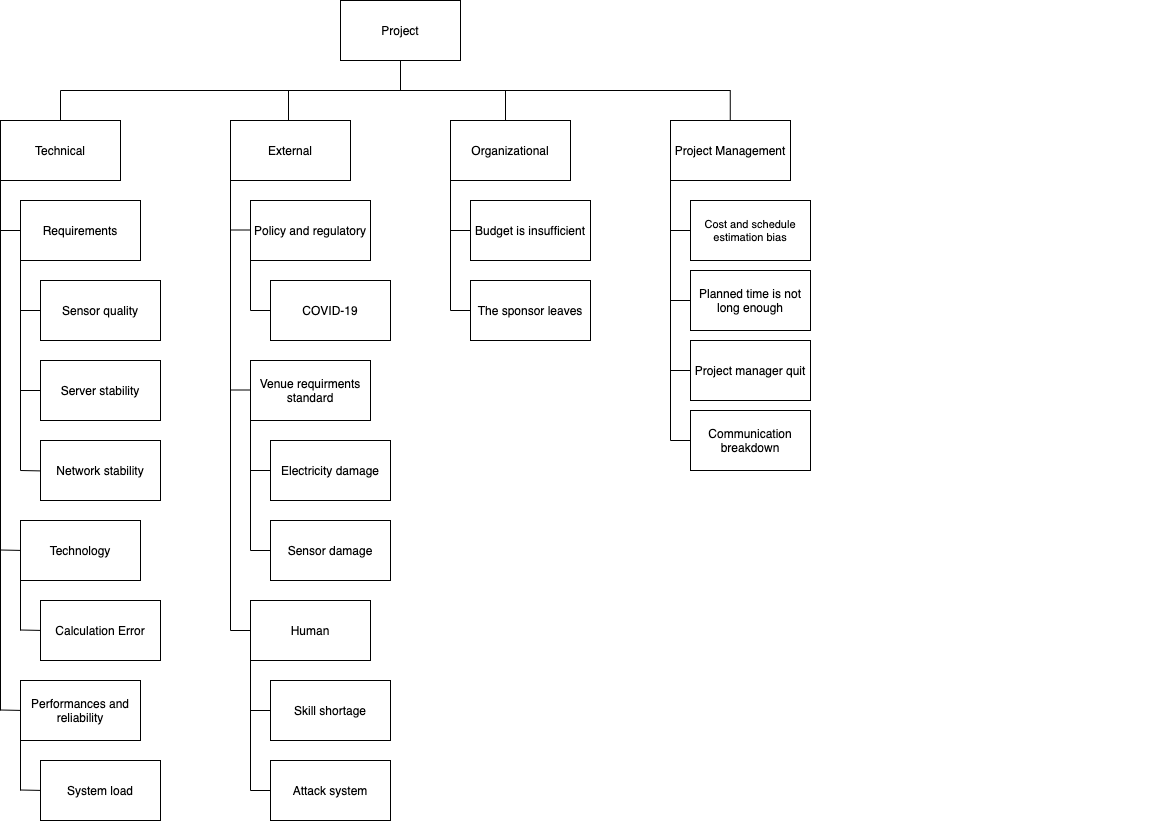
This is RBS.png from JYRoy/comp9820, a draw.io export, as it was before one commit. Source tidied: cells renumbered, new cells last; positions are measured from the earlier drawing's top-left corner, leaving out a move shared by most shapes.
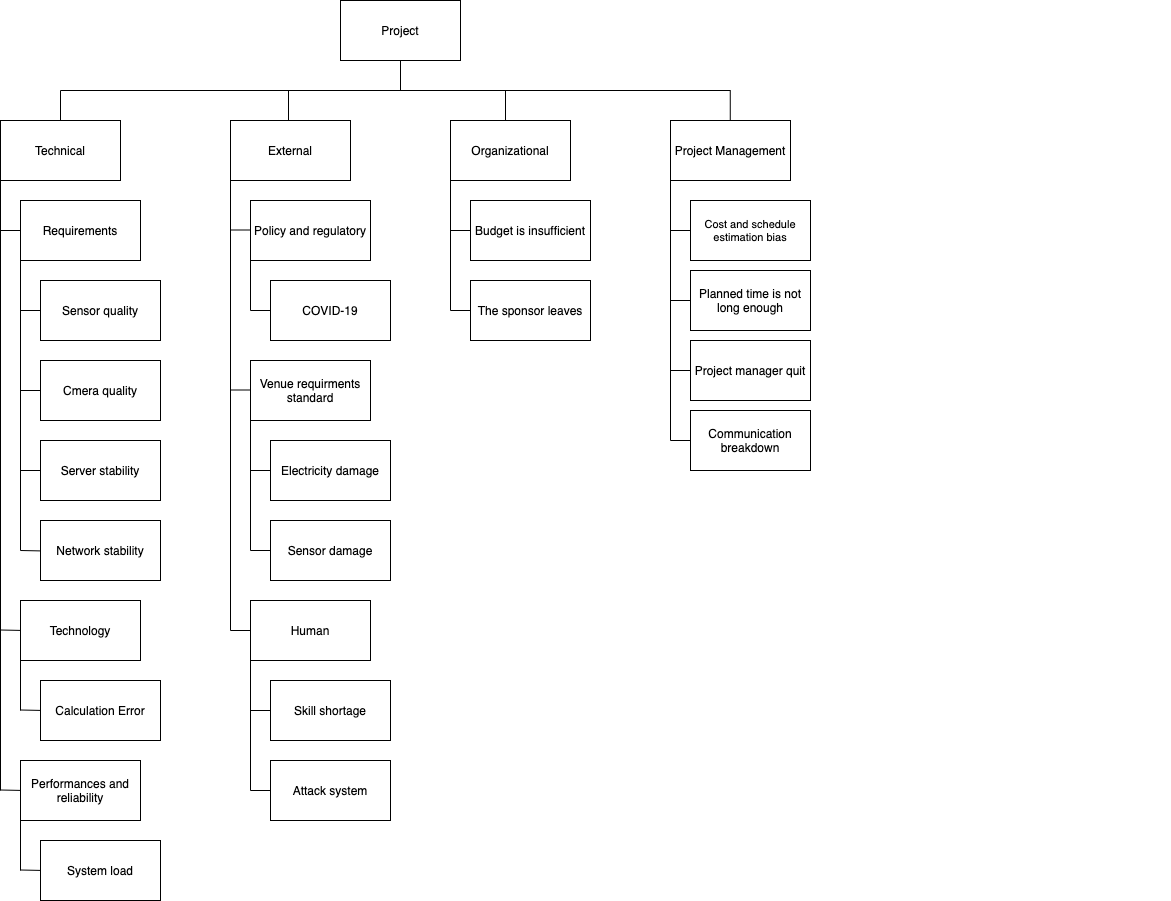
The same file after the commit.

Diff of the diagram source:
```diff
@@ -24,10 +24,10 @@
       <mxGeometry x="40" y="280" width="120" height="60" as="geometry" />
     </mxCell>
     <mxCell id="9" value="Network stability" style="rounded=0;whiteSpace=wrap;html=1;" parent="1" vertex="1">
-      <mxGeometry x="40" y="440" width="120" height="60" as="geometry" />
+      <mxGeometry x="40" y="520" width="120" height="60" as="geometry" />
     </mxCell>
     <mxCell id="10" value="Calculation Error" style="rounded=0;whiteSpace=wrap;html=1;" parent="1" vertex="1">
-      <mxGeometry x="40" y="600" width="120" height="60" as="geometry" />
+      <mxGeometry x="40" y="680" width="120" height="60" as="geometry" />
     </mxCell>
     <mxCell id="11" value="Human" style="rounded=0;whiteSpace=wrap;html=1;" parent="1" vertex="1">
       <mxGeometry x="250" y="600" width="120" height="60" as="geometry" />
@@ -44,7 +44,7 @@
     <mxCell id="15" value="The sponsor leaves" style="rounded=0;whiteSpace=wrap;html=1;" parent="1" vertex="1">
       <mxGeometry x="470" y="280" width="120" height="60" as="geometry" />
     </mxCell>
-    <mxCell id="16" value="Server stability" style="rounded=0;whiteSpace=wrap;html=1;" parent="1" vertex="1">
+    <mxCell id="16" value="&lt;span&gt;Cmera quality&lt;/span&gt;" style="rounded=0;whiteSpace=wrap;html=1;" parent="1" vertex="1">
       <mxGeometry x="40" y="360" width="120" height="60" as="geometry" />
     </mxCell>
     <mxCell id="17" value="Planned time is not long enough" style="rounded=0;whiteSpace=wrap;html=1;" parent="1" vertex="1">
@@ -54,7 +54,7 @@
       <mxGeometry x="690" y="340" width="120" height="60" as="geometry" />
     </mxCell>
     <mxCell id="19" value="Performances and reliability" style="rounded=0;whiteSpace=wrap;html=1;" parent="1" vertex="1">
-      <mxGeometry x="20" y="680" width="120" height="60" as="geometry" />
+      <mxGeometry x="20" y="760" width="120" height="60" as="geometry" />
     </mxCell>
     <mxCell id="20" value="Communication breakdown" style="rounded=0;whiteSpace=wrap;html=1;" parent="1" vertex="1">
       <mxGeometry x="690" y="410" width="120" height="60" as="geometry" />
@@ -67,7 +67,7 @@
     </mxCell>
     <mxCell id="23" style="endArrow=none;html=1;strokeColor=#000000;entryX=0;entryY=1;entryDx=0;entryDy=0;" parent="1" edge="1" target="3">
       <mxGeometry relative="1" as="geometry">
-        <mxPoint y="710" as="sourcePoint" />
+        <mxPoint y="790" as="sourcePoint" />
       </mxGeometry>
     </mxCell>
     <mxCell id="24" style="endArrow=none;html=1;strokeColor=#000000;" parent="1" edge="1">
@@ -102,20 +102,20 @@
     </mxCell>
     <mxCell id="29" style="endArrow=none;html=1;strokeColor=#000000;" parent="1" edge="1">
       <mxGeometry relative="1" as="geometry">
-        <mxPoint x="20" y="470" as="sourcePoint" />
-        <mxPoint x="40" y="470.4" as="targetPoint" />
+        <mxPoint x="20" y="550" as="sourcePoint" />
+        <mxPoint x="40" y="550.4" as="targetPoint" />
       </mxGeometry>
     </mxCell>
     <mxCell id="30" style="endArrow=none;html=1;strokeColor=#000000;" parent="1" edge="1">
       <mxGeometry relative="1" as="geometry">
-        <mxPoint x="20" y="629.5" as="sourcePoint" />
-        <mxPoint x="40" y="629.9" as="targetPoint" />
+        <mxPoint x="20" y="709.5" as="sourcePoint" />
+        <mxPoint x="40" y="709.9" as="targetPoint" />
       </mxGeometry>
     </mxCell>
     <mxCell id="31" style="endArrow=none;html=1;strokeColor=#000000;" parent="1" edge="1">
       <mxGeometry relative="1" as="geometry">
-        <mxPoint y="709.5" as="sourcePoint" />
-        <mxPoint x="20" y="709.9" as="targetPoint" />
+        <mxPoint y="789.5" as="sourcePoint" />
+        <mxPoint x="20" y="789.9" as="targetPoint" />
       </mxGeometry>
     </mxCell>
     <mxCell id="32" style="endArrow=none;html=1;strokeColor=#000000;" parent="1" edge="1">
@@ -218,7 +218,7 @@
     </mxCell>
     <mxCell id="49" style="endArrow=none;html=1;" parent="1" edge="1">
       <mxGeometry relative="1" as="geometry">
-        <mxPoint x="20" y="470" as="sourcePoint" />
+        <mxPoint x="20" y="550" as="sourcePoint" />
         <mxPoint x="20" y="260" as="targetPoint" />
       </mxGeometry>
     </mxCell>
@@ -229,33 +229,33 @@
       </mxGeometry>
     </mxCell>
     <mxCell id="51" value="Technology" style="rounded=0;whiteSpace=wrap;html=1;" parent="1" vertex="1">
-      <mxGeometry x="20" y="520" width="120" height="60" as="geometry" />
+      <mxGeometry x="20" y="600" width="120" height="60" as="geometry" />
     </mxCell>
     <mxCell id="52" style="endArrow=none;html=1;strokeColor=#000000;" parent="1" edge="1">
       <mxGeometry relative="1" as="geometry">
-        <mxPoint y="549.5" as="sourcePoint" />
-        <mxPoint x="20" y="549.9" as="targetPoint" />
+        <mxPoint y="629.5" as="sourcePoint" />
+        <mxPoint x="20" y="629.9" as="targetPoint" />
       </mxGeometry>
     </mxCell>
     <mxCell id="53" style="endArrow=none;html=1;" parent="1" edge="1">
       <mxGeometry relative="1" as="geometry">
-        <mxPoint x="20" y="630" as="sourcePoint" />
-        <mxPoint x="20" y="580" as="targetPoint" />
+        <mxPoint x="20" y="710" as="sourcePoint" />
+        <mxPoint x="20" y="660" as="targetPoint" />
       </mxGeometry>
     </mxCell>
     <mxCell id="54" value="System load" style="rounded=0;whiteSpace=wrap;html=1;" parent="1" vertex="1">
-      <mxGeometry x="40" y="760" width="120" height="60" as="geometry" />
+      <mxGeometry x="40" y="840" width="120" height="60" as="geometry" />
     </mxCell>
     <mxCell id="55" style="endArrow=none;html=1;" parent="1" edge="1">
       <mxGeometry relative="1" as="geometry">
-        <mxPoint x="20" y="790" as="sourcePoint" />
-        <mxPoint x="20" y="740" as="targetPoint" />
+        <mxPoint x="20" y="870" as="sourcePoint" />
+        <mxPoint x="20" y="820" as="targetPoint" />
       </mxGeometry>
     </mxCell>
     <mxCell id="56" style="endArrow=none;html=1;strokeColor=#000000;" parent="1" edge="1">
       <mxGeometry relative="1" as="geometry">
-        <mxPoint x="20" y="789.5" as="sourcePoint" />
-        <mxPoint x="40" y="789.9" as="targetPoint" />
+        <mxPoint x="20" y="869.5" as="sourcePoint" />
+        <mxPoint x="40" y="869.9" as="targetPoint" />
       </mxGeometry>
     </mxCell>
     <mxCell id="57" value="Policy and regulatory" style="rounded=0;whiteSpace=wrap;html=1;" parent="1" vertex="1">
@@ -312,5 +312,14 @@
         <mxPoint x="270" y="790" as="targetPoint" />
       </mxGeometry>
     </mxCell>
+    <mxCell id="68" value="Server stability" style="rounded=0;whiteSpace=wrap;html=1;" parent="1" vertex="1">
+      <mxGeometry x="40" y="440" width="120" height="60" as="geometry" />
+    </mxCell>
+    <mxCell id="69" style="endArrow=none;html=1;" parent="1" edge="1">
+      <mxGeometry relative="1" as="geometry">
+        <mxPoint x="20" y="470" as="sourcePoint" />
+        <mxPoint x="40" y="470" as="targetPoint" />
+      </mxGeometry>
+    </mxCell>
   </root>
 </mxGraphModel>
```
